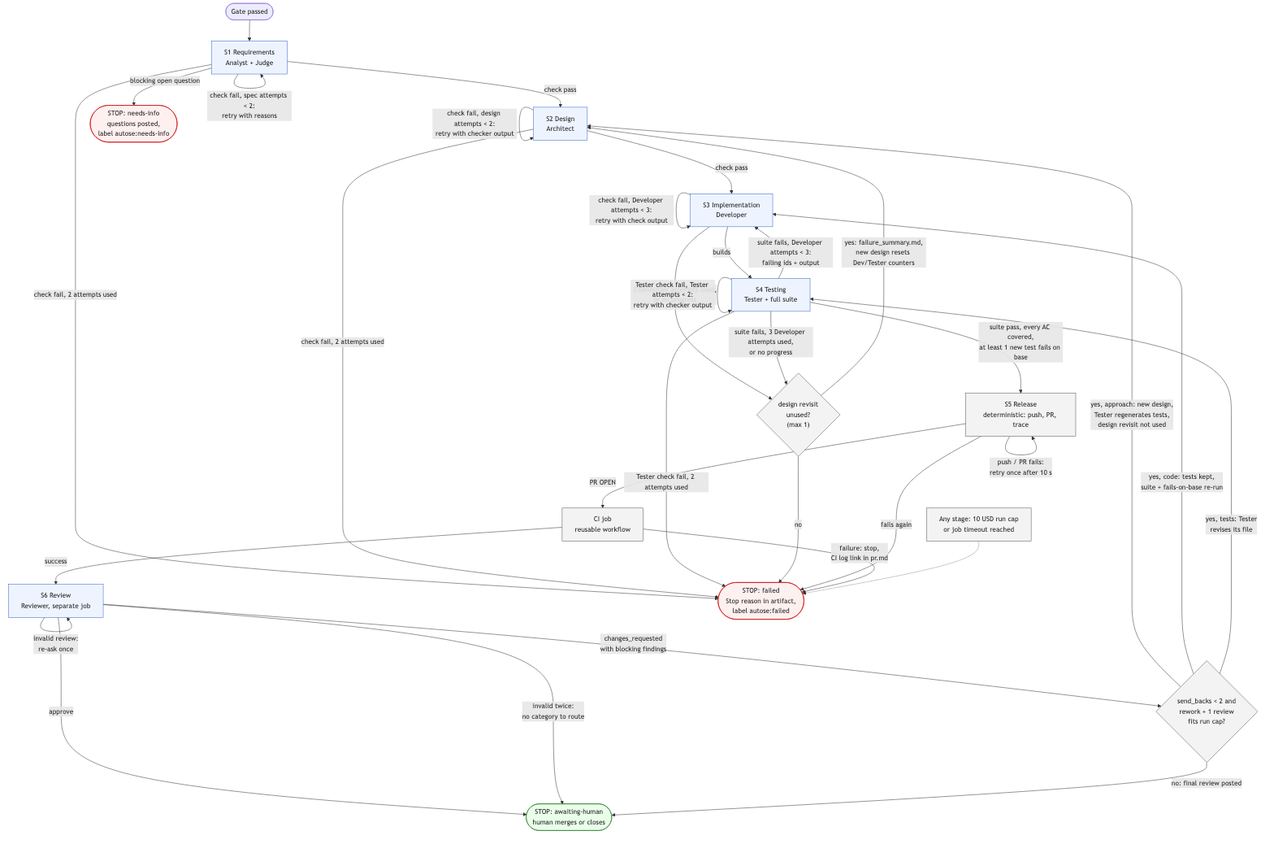
vishesh312/autose-assignment3 keeps this Mermaid diagram as architecture/views/state-machine.png. Above is the earlier version. Its source is kept beside it as architecture/views/state-machine.mmd.
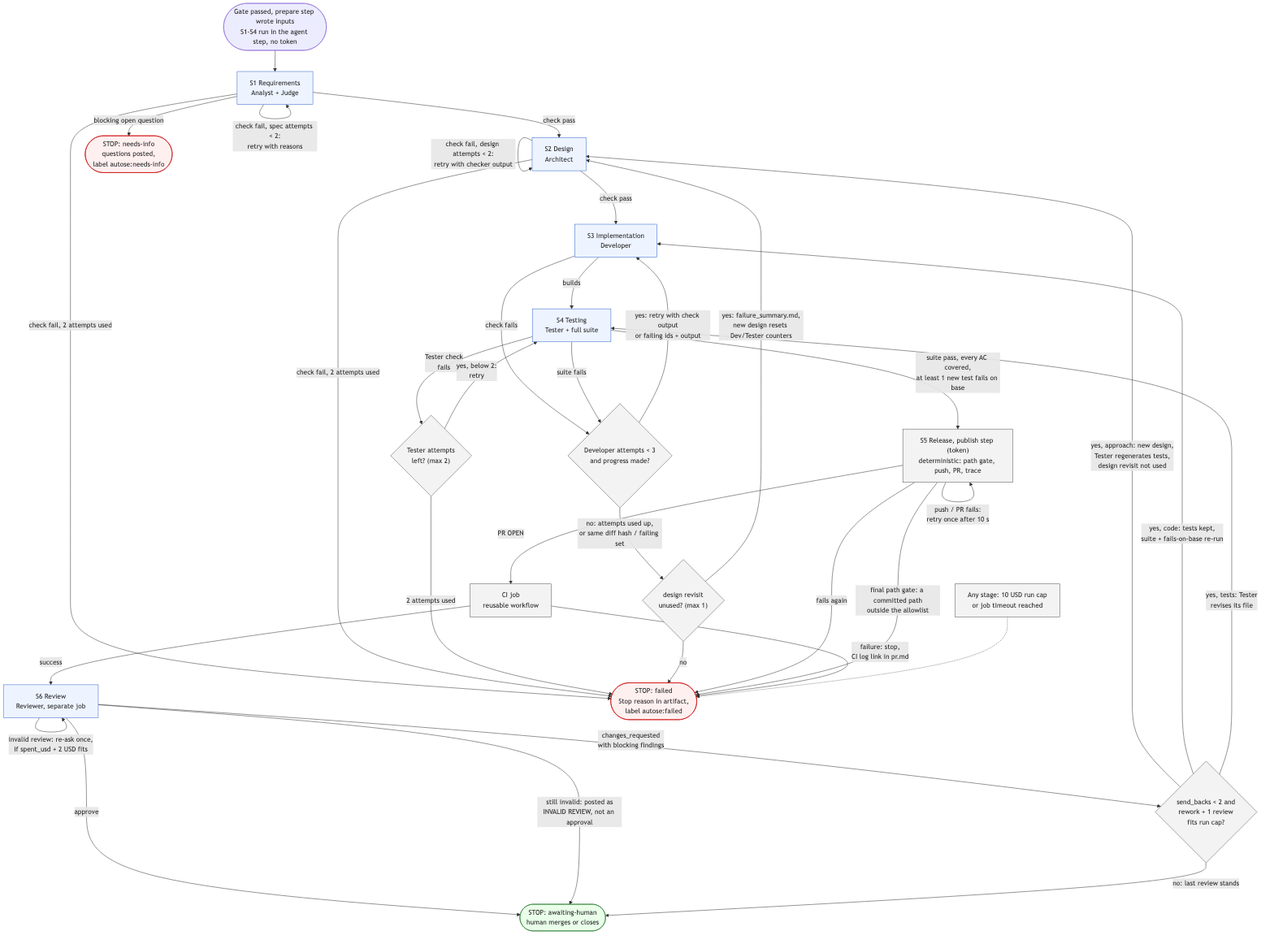
The same file after the commit.

What changed in the source:
```diff
@@ -1,12 +1,14 @@
 flowchart TD
-  start(["Gate passed"]) --> S1
+  start(["Gate passed, prepare step wrote inputs<br/>S1-S4 run in the agent step, no token"]) --> S1
 
   S1["S1 Requirements<br/>Analyst + Judge"]
   S2["S2 Design<br/>Architect"]
   S3["S3 Implementation<br/>Developer"]
   S4["S4 Testing<br/>Tester + full suite"]
-  ESC{"design revisit<br/>unused?<br/>(max 1)"}
-  S5["S5 Release<br/>deterministic: push, PR, trace"]
+  T4{"Tester attempts<br/>left? (max 2)"}
+  D3{"Developer attempts &lt; 3<br/>and progress made?"}
+  ESC{"design revisit<br/>unused? (max 1)"}
+  S5["S5 Release, publish step (token)<br/>deterministic: path gate, push, PR, trace"]
   CI["CI job<br/>reusable workflow"]
   S6["S6 Review<br/>Reviewer, separate job"]
   ROUTE{"send_backs &lt; 2 and<br/>rework + 1 review<br/>fits run cap?"}
@@ -25,31 +27,33 @@
   S2 -->|check fail, 2 attempts used| FAIL
 
   S3 -->|builds| S4
-  S3 -->|check fail, Developer attempts &lt; 3:<br/>retry with check output| S3
-  S3 -->|3 Developer attempts used,<br/>or no progress| ESC
+  S3 -->|check fails| D3
 
   S4 -->|suite pass, every AC covered,<br/>at least 1 new test fails on base| S5
-  S4 -->|Tester check fail, Tester attempts &lt; 2:<br/>retry with checker output| S4
-  S4 -->|Tester check fail, 2 attempts used| FAIL
-  S4 -->|suite fails, Developer attempts &lt; 3:<br/>failing ids + output| S3
-  S4 -->|suite fails, 3 Developer attempts used,<br/>or no progress| ESC
+  S4 -->|Tester check<br/>fails| T4
+  T4 -->|yes, below 2:<br/>retry| S4
+  T4 -->|2 attempts used| FAIL
+  S4 -->|suite fails| D3
+  D3 -->|yes: retry with check output<br/>or failing ids + output| S3
+  D3 -->|no: attempts used up,<br/>or same diff hash / failing set| ESC
   ESC -->|yes: failure_summary.md,<br/>new design resets Dev/Tester counters| S2
   ESC -->|no| FAIL
 
   S5 -->|push / PR fails:<br/>retry once after 10 s| S5
   S5 -->|fails again| FAIL
+  S5 -->|final path gate: a committed path<br/>outside the allowlist| FAIL
   S5 -->|PR OPEN| CI
   CI -->|success| S6
   CI -->|failure: stop,<br/>CI log link in pr.md| FAIL
 
-  S6 -->|invalid review:<br/>re-ask once| S6
+  S6 -->|invalid review: re-ask once,<br/>if spent_usd + 2 USD fits| S6
   S6 -->|approve| HUMAN
   S6 -->|changes_requested<br/>with blocking findings| ROUTE
-  S6 -->|invalid twice:<br/>no category to route| HUMAN
+  S6 -->|still invalid: posted as<br/>INVALID REVIEW, not an approval| HUMAN
   ROUTE -->|yes, approach: new design,<br/>Tester regenerates tests,<br/>design revisit not used| S2
   ROUTE -->|yes, code: tests kept,<br/>suite + fails-on-base re-run| S3
   ROUTE -->|yes, tests: Tester<br/>revises its file| S4
-  ROUTE -->|no: final review posted| HUMAN
+  ROUTE -->|no: last review stands| HUMAN
 
   BUDGET["Any stage: 10 USD run cap<br/>or job timeout reached"] -.-> FAIL
 
@@ -60,4 +64,4 @@
   class NI,FAIL stop
   class HUMAN human
   class S1,S2,S3,S4,S6 stage
-  class S5,CI,ESC,ROUTE,BUDGET det
+  class S5,CI,ESC,ROUTE,BUDGET,T4,D3 det
```
